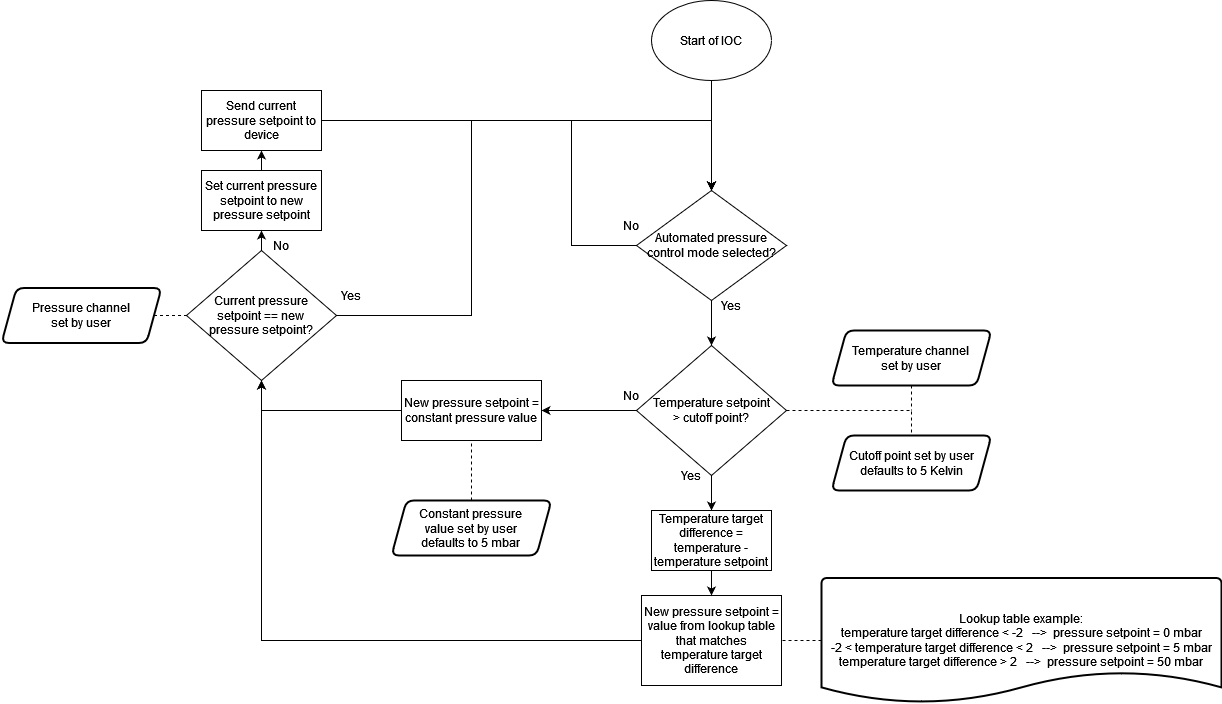
This is MercuryEnhancedCryo.drawio.png from ISISComputingGroup/ibex_developers_manual, a draw.io export, as it was before one commit. Source tidied: cells renumbered, new cells last; positions are measured from the earlier drawing's top-left corner, leaving out a move shared by most shapes.
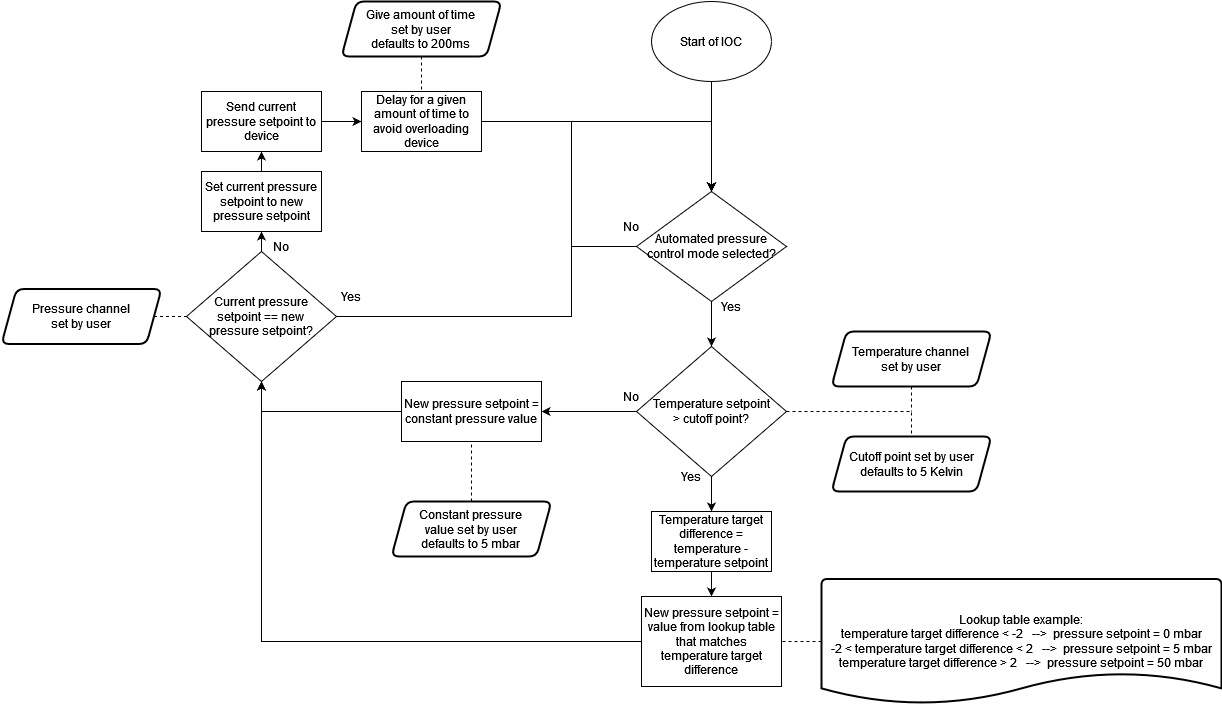
Above is the later version.

Commit message:
Correct flowchart

Diff of the diagram source:
```diff
@@ -94,8 +94,8 @@
     <mxCell id="29" style="edgeStyle=orthogonalEdgeStyle;rounded=0;jettySize=auto;html=1;exitX=1;exitY=0.5;exitDx=0;exitDy=0;entryX=0.5;entryY=0;entryDx=0;entryDy=0;endArrow=classic;endFill=1;" parent="1" edge="1" source="30" target="5">
       <mxGeometry relative="1" as="geometry">
         <Array as="points">
-          <mxPoint x="470" y="315" />
-          <mxPoint x="470" y="120" />
+          <mxPoint x="570" y="315" />
+          <mxPoint x="570" y="120" />
           <mxPoint x="710" y="120" />
         </Array>
       </mxGeometry>
@@ -103,7 +103,7 @@
     <mxCell id="30" value="&lt;div&gt;Current pressure &lt;br&gt;&lt;/div&gt;&lt;div&gt;setpoint == new &lt;br&gt;&lt;/div&gt;&lt;div&gt;pressure setpoint?&lt;/div&gt;" style="rhombus;whiteSpace=wrap;html=1;" parent="1" vertex="1">
       <mxGeometry x="185" y="250" width="150" height="130" as="geometry" />
     </mxCell>
-    <mxCell id="31" style="edgeStyle=orthogonalEdgeStyle;rounded=0;jettySize=auto;html=1;exitX=1;exitY=0.5;exitDx=0;exitDy=0;entryX=0.5;entryY=0;entryDx=0;entryDy=0;endArrow=classic;endFill=1;" parent="1" edge="1" source="32" target="5">
+    <mxCell id="31" style="edgeStyle=orthogonalEdgeStyle;rounded=0;jettySize=auto;html=1;exitX=1;exitY=0.5;exitDx=0;exitDy=0;entryX=0.5;entryY=0;entryDx=0;entryDy=0;endArrow=classic;endFill=1;startArrow=none;" parent="1" edge="1" source="39" target="5">
       <mxGeometry relative="1" as="geometry" />
     </mxCell>
     <mxCell id="32" value="Send current pressure setpoint to device" style="rounded=0;whiteSpace=wrap;html=1;" parent="1" vertex="1">
@@ -129,5 +129,17 @@
     <mxCell id="38" value="&lt;div&gt;Pressure channel &lt;br&gt;&lt;/div&gt;&lt;div&gt;set by user&lt;br&gt;&lt;/div&gt;" style="shape=parallelogram;html=1;strokeWidth=2;perimeter=parallelogramPerimeter;whiteSpace=wrap;rounded=1;arcSize=15;size=0.09375;" parent="1" vertex="1">
       <mxGeometry y="287.5" width="160" height="55" as="geometry" />
     </mxCell>
+    <mxCell id="39" value="Delay for a given amount of time to avoid overloading device" style="rounded=0;whiteSpace=wrap;html=1;" parent="1" vertex="1">
+      <mxGeometry x="360" y="90" width="120" height="60" as="geometry" />
+    </mxCell>
+    <mxCell id="40" style="edgeStyle=orthogonalEdgeStyle;rounded=0;jettySize=auto;html=1;exitX=1;exitY=0.5;exitDx=0;exitDy=0;entryX=0;entryY=0.5;entryDx=0;entryDy=0;endArrow=classic;endFill=1;" parent="1" edge="1" source="32" target="39">
+      <mxGeometry relative="1" as="geometry" />
+    </mxCell>
+    <mxCell id="41" style="edgeStyle=orthogonalEdgeStyle;rounded=0;jettySize=auto;html=1;exitX=0.5;exitY=1;exitDx=0;exitDy=0;entryX=0.5;entryY=0;entryDx=0;entryDy=0;dashed=1;endArrow=none;endFill=0;" parent="1" edge="1" source="42" target="39">
+      <mxGeometry relative="1" as="geometry" />
+    </mxCell>
+    <mxCell id="42" value="&lt;div&gt;Give amount of time &lt;br&gt;&lt;/div&gt;&lt;div&gt;set by user &lt;br&gt;&lt;/div&gt;&lt;div&gt;defaults to 200ms&lt;/div&gt;" style="shape=parallelogram;html=1;strokeWidth=2;perimeter=parallelogramPerimeter;whiteSpace=wrap;rounded=1;arcSize=15;size=0.09375;" parent="1" vertex="1">
+      <mxGeometry x="340" width="160" height="55" as="geometry" />
+    </mxCell>
   </root>
 </mxGraphModel>
```
